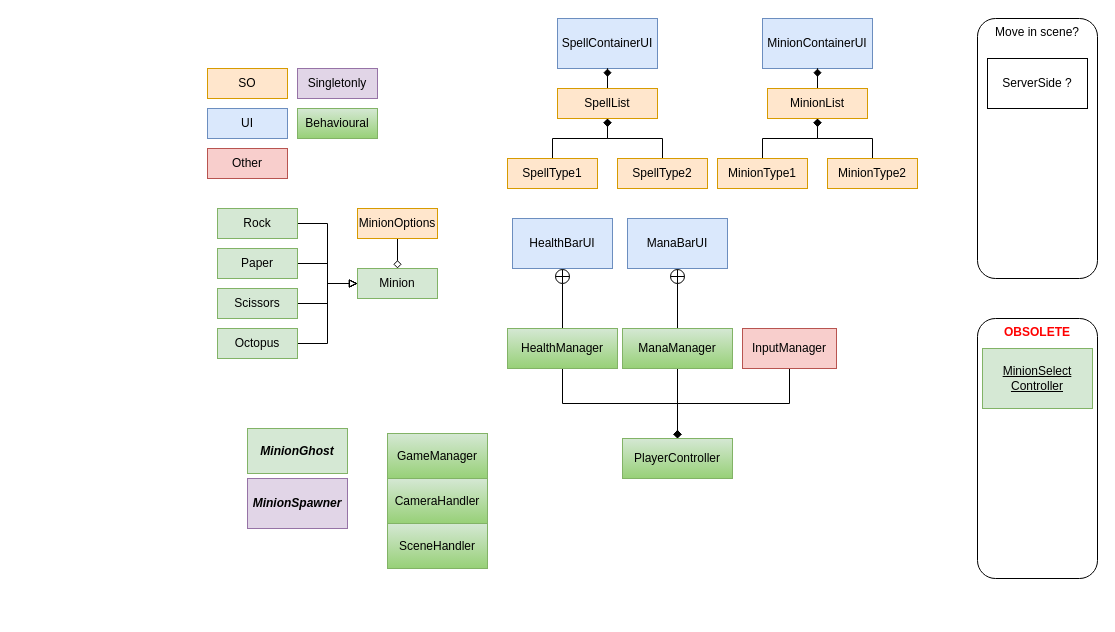
This is Assets/RPO.drawio from omerasikoglu/RPO, a draw.io file, before an edit. Source tidied: cells renumbered, new cells numbered last; positions are measured from the earlier drawing's top-left corner, leaving out a move shared by most shapes. Both pictures are drawn from the tidied source at 100%, with x=0, y=0 at pixel (207, 18).
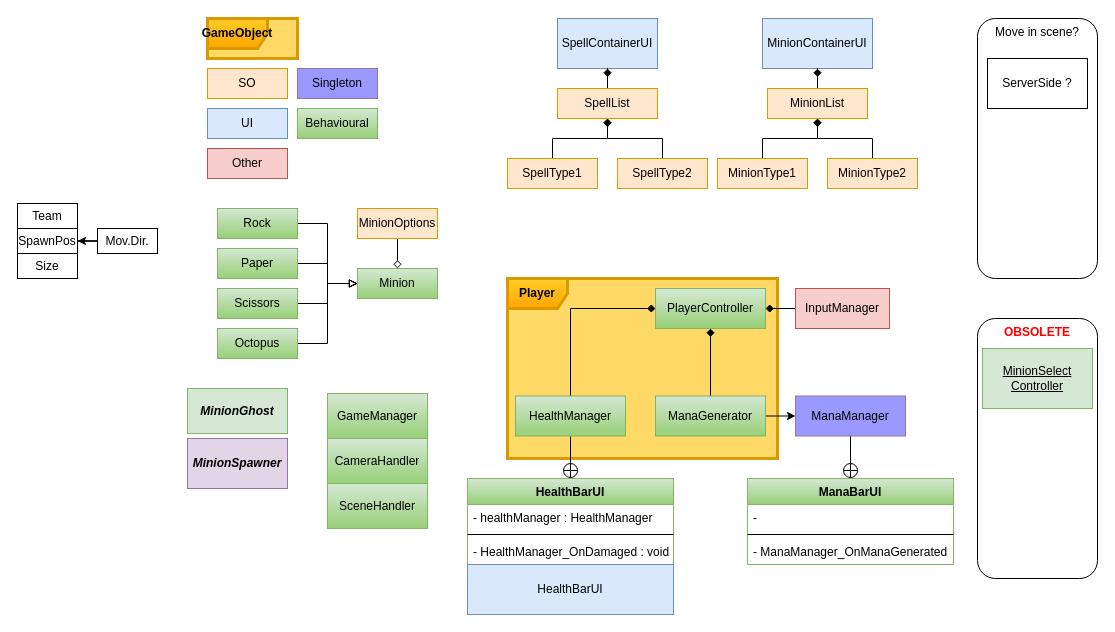
After the change.

The edit, as a diff of the source:
```diff
@@
+    <mxCell id="52" value="&lt;b&gt;Player&lt;/b&gt;" style="shape=umlFrame;whiteSpace=wrap;html=1;strokeColor=#d79b00;fillColor=#ffcd28;gradientColor=#ffa500;strokeWidth=3;perimeterSpacing=0;swimlaneFillColor=#FFD966;align=center;" parent="1" vertex="1">
+      <mxGeometry x="300" y="260" width="270" height="180" as="geometry" />
+    </mxCell>
@@
-    <mxCell id="3" value="Rock" style="rounded=0;whiteSpace=wrap;html=1;fillColor=#d5e8d4;strokeColor=#82b366;" parent="1" vertex="1">
+    <mxCell id="3" value="Rock" style="rounded=0;whiteSpace=wrap;html=1;fillColor=#d5e8d4;strokeColor=#82b366;gradientColor=#97d077;" parent="1" vertex="1">
       <mxGeometry x="10" y="190" width="80" height="30" as="geometry" />
     </mxCell>
@@
-    <mxCell id="5" value="Paper" style="rounded=0;whiteSpace=wrap;html=1;fillColor=#d5e8d4;strokeColor=#82b366;" parent="1" vertex="1">
+    <mxCell id="5" value="Paper" style="rounded=0;whiteSpace=wrap;html=1;fillColor=#d5e8d4;strokeColor=#82b366;gradientColor=#97d077;" parent="1" vertex="1">
       <mxGeometry x="10" y="230" width="80" height="30" as="geometry" />
     </mxCell>
@@
-    <mxCell id="7" value="Scissors" style="rounded=0;whiteSpace=wrap;html=1;fillColor=#d5e8d4;strokeColor=#82b366;" parent="1" vertex="1">
+    <mxCell id="7" value="Scissors" style="rounded=0;whiteSpace=wrap;html=1;fillColor=#d5e8d4;strokeColor=#82b366;gradientColor=#97d077;" parent="1" vertex="1">
       <mxGeometry x="10" y="270" width="80" height="30" as="geometry" />
     </mxCell>
@@
-    <mxCell id="9" value="Octopus" style="rounded=0;whiteSpace=wrap;html=1;fillColor=#d5e8d4;strokeColor=#82b366;" parent="1" vertex="1">
+    <mxCell id="9" value="Octopus" style="rounded=0;whiteSpace=wrap;html=1;fillColor=#d5e8d4;strokeColor=#82b366;gradientColor=#97d077;" parent="1" vertex="1">
       <mxGeometry x="10" y="310" width="80" height="30" as="geometry" />
     </mxCell>
     <mxCell id="10" value="MinionSpawner" style="rounded=0;whiteSpace=wrap;html=1;fillColor=#e1d5e7;strokeColor=#9673a6;fontStyle=3;" parent="1" vertex="1">
-      <mxGeometry x="40" y="460" width="100" height="50" as="geometry" />
+      <mxGeometry x="-20" y="420" width="100" height="50" as="geometry" />
     </mxCell>
-    <mxCell id="11" value="Minion" style="rounded=0;whiteSpace=wrap;html=1;fillColor=#d5e8d4;strokeColor=#82b366;" parent="1" vertex="1">
+    <mxCell id="11" value="Minion" style="rounded=0;whiteSpace=wrap;html=1;fillColor=#d5e8d4;strokeColor=#82b366;gradientColor=#97d077;" parent="1" vertex="1">
       <mxGeometry x="150" y="250" width="80" height="30" as="geometry" />
     </mxCell>
@@
-    <mxCell id="14" value="Singletonly" style="rounded=0;whiteSpace=wrap;html=1;fillColor=#e1d5e7;strokeColor=#9673a6;" parent="1" vertex="1">
+    <mxCell id="14" value="Singleton" style="rounded=0;whiteSpace=wrap;html=1;fillColor=#9999FF;strokeColor=#9673a6;" parent="1" vertex="1">
       <mxGeometry x="90" y="50" width="80" height="30" as="geometry" />
     </mxCell>
@@
-    <mxCell id="19" value="HealthBarUI" style="rounded=0;whiteSpace=wrap;html=1;fillColor=#dae8fc;strokeColor=#6c8ebf;fontStyle=0;" parent="1" vertex="1">
-      <mxGeometry x="305" y="200" width="100" height="50" as="geometry" />
-    </mxCell>
-    <mxCell id="20" style="edgeStyle=orthogonalEdgeStyle;rounded=0;jettySize=auto;html=1;endArrow=circlePlus;endFill=0;entryX=0.5;entryY=1;entryDx=0;entryDy=0;" parent="1" edge="1" source="22" target="24">
+    <mxCell id="20" style="edgeStyle=orthogonalEdgeStyle;rounded=0;jettySize=auto;html=1;endArrow=circlePlus;endFill=0;entryX=0.5;entryY=0;entryDx=0;entryDy=0;" parent="1" edge="1" source="22" target="24">
       <mxGeometry relative="1" as="geometry" />
     </mxCell>
-    <mxCell id="21" style="edgeStyle=orthogonalEdgeStyle;rounded=0;jettySize=auto;html=1;endArrow=diamond;endFill=1;exitX=0.5;exitY=1;exitDx=0;exitDy=0;" parent="1" edge="1" source="22" target="45">
+    <mxCell id="21" style="edgeStyle=orthogonalEdgeStyle;rounded=0;jettySize=auto;html=1;endArrow=diamond;endFill=1;exitX=0.5;exitY=0;exitDx=0;exitDy=0;" parent="1" edge="1" source="54" target="45">
       <mxGeometry relative="1" as="geometry" />
     </mxCell>
-    <mxCell id="22" value="ManaManager" style="rounded=0;whiteSpace=wrap;html=1;fillColor=#d5e8d4;strokeColor=#82b366;gradientColor=#97d077;" parent="1" vertex="1">
-      <mxGeometry x="415" y="310" width="110" height="40" as="geometry" />
+    <mxCell id="22" value="ManaManager" style="rounded=0;whiteSpace=wrap;html=1;fillColor=#9999FF;strokeColor=#9673a6;" parent="1" vertex="1">
+      <mxGeometry x="588" y="377.5" width="110" height="40" as="geometry" />
     </mxCell>
     <mxCell id="23" value="MinionGhost" style="rounded=0;whiteSpace=wrap;html=1;fillColor=#d5e8d4;strokeColor=#82b366;fontStyle=3;" parent="1" vertex="1">
-      <mxGeometry x="40" y="410" width="100" height="45" as="geometry" />
+      <mxGeometry x="-20" y="370" width="100" height="45" as="geometry" />
     </mxCell>
-    <mxCell id="24" value="ManaBarUI" style="rounded=0;whiteSpace=wrap;html=1;fillColor=#dae8fc;strokeColor=#6c8ebf;fontStyle=0;" parent="1" vertex="1">
-      <mxGeometry x="420" y="200" width="100" height="50" as="geometry" />
-    </mxCell>
@@
     <mxCell id="38" value="GameManager" style="rounded=0;whiteSpace=wrap;html=1;fillColor=#d5e8d4;strokeColor=#82b366;gradientColor=#97d077;" parent="1" vertex="1">
-      <mxGeometry x="180" y="415" width="100" height="45" as="geometry" />
+      <mxGeometry x="120" y="375" width="100" height="45" as="geometry" />
     </mxCell>
-    <mxCell id="39" style="edgeStyle=orthogonalEdgeStyle;rounded=0;jettySize=auto;html=1;endArrow=circlePlus;endFill=0;" parent="1" edge="1" source="41" target="19">
+    <mxCell id="39" style="edgeStyle=orthogonalEdgeStyle;rounded=0;jettySize=auto;html=1;endArrow=circlePlus;endFill=0;" parent="1" edge="1" source="41" target="55">
       <mxGeometry relative="1" as="geometry" />
     </mxCell>
-    <mxCell id="40" style="edgeStyle=orthogonalEdgeStyle;rounded=0;jettySize=auto;html=1;endArrow=diamond;endFill=1;exitX=0.5;exitY=1;exitDx=0;exitDy=0;" parent="1" edge="1" source="41" target="45">
+    <mxCell id="40" style="edgeStyle=orthogonalEdgeStyle;rounded=0;jettySize=auto;html=1;endArrow=diamond;endFill=1;exitX=0.5;exitY=0;exitDx=0;exitDy=0;entryX=0;entryY=0.5;entryDx=0;entryDy=0;" parent="1" edge="1" source="41" target="45">
       <mxGeometry relative="1" as="geometry" />
     </mxCell>
     <mxCell id="41" value="HealthManager" style="rounded=0;whiteSpace=wrap;html=1;fillColor=#d5e8d4;strokeColor=#82b366;gradientColor=#97d077;fontStyle=0;" parent="1" vertex="1">
-      <mxGeometry x="300" y="310" width="110" height="40" as="geometry" />
+      <mxGeometry x="308" y="377.5" width="110" height="40" as="geometry" />
     </mxCell>
@@
-    <mxCell id="43" style="edgeStyle=orthogonalEdgeStyle;rounded=0;jettySize=auto;html=1;endArrow=diamond;endFill=1;exitX=0.5;exitY=1;exitDx=0;exitDy=0;" parent="1" edge="1" source="44" target="45">
+    <mxCell id="43" style="edgeStyle=orthogonalEdgeStyle;rounded=0;jettySize=auto;html=1;endArrow=diamond;endFill=1;exitX=0;exitY=0.5;exitDx=0;exitDy=0;" parent="1" edge="1" source="44" target="45">
       <mxGeometry relative="1" as="geometry" />
     </mxCell>
     <mxCell id="44" value="InputManager" style="rounded=0;whiteSpace=wrap;html=1;fillColor=#f8cecc;strokeColor=#b85450;" parent="1" vertex="1">
-      <mxGeometry x="535" y="310" width="94" height="40" as="geometry" />
+      <mxGeometry x="588" y="270" width="94" height="40" as="geometry" />
     </mxCell>
     <mxCell id="45" value="PlayerController" style="rounded=0;whiteSpace=wrap;html=1;fillColor=#d5e8d4;strokeColor=#82b366;gradientColor=#97d077;fontStyle=0;align=center;" parent="1" vertex="1">
-      <mxGeometry x="415" y="420" width="110" height="40" as="geometry" />
+      <mxGeometry x="448" y="270" width="110" height="40" as="geometry" />
     </mxCell>
@@
     <mxCell id="49" value="CameraHandler" style="rounded=0;whiteSpace=wrap;html=1;fillColor=#d5e8d4;strokeColor=#82b366;gradientColor=#97d077;" parent="1" vertex="1">
-      <mxGeometry x="180" y="460" width="100" height="45" as="geometry" />
+      <mxGeometry x="120" y="420" width="100" height="45" as="geometry" />
     </mxCell>
     <mxCell id="50" value="SceneHandler" style="rounded=0;whiteSpace=wrap;html=1;fillColor=#d5e8d4;strokeColor=#82b366;gradientColor=#97d077;" parent="1" vertex="1">
-      <mxGeometry x="180" y="505" width="100" height="45" as="geometry" />
+      <mxGeometry x="120" y="465" width="100" height="45" as="geometry" />
     </mxCell>
@@
+    <mxCell id="53" style="edgeStyle=orthogonalEdgeStyle;rounded=0;jettySize=auto;html=1;exitX=1;exitY=0.5;exitDx=0;exitDy=0;entryX=0;entryY=0.5;entryDx=0;entryDy=0;" parent="1" edge="1" source="54" target="22">
+      <mxGeometry relative="1" as="geometry" />
+    </mxCell>
+    <mxCell id="54" value="ManaGenerator" style="rounded=0;whiteSpace=wrap;html=1;fillColor=#d5e8d4;strokeColor=#82b366;gradientColor=#97d077;fontStyle=0;" parent="1" vertex="1">
+      <mxGeometry x="448" y="377.5" width="110" height="40" as="geometry" />
+    </mxCell>
+    <mxCell id="55" value="HealthBarUI" style="swimlane;fontStyle=1;align=center;verticalAlign=top;horizontal=1;startSize=26;fillColor=#d5e8d4;strokeColor=#82b366;gradientColor=#97d077;" parent="1" vertex="1">
+      <mxGeometry x="260" y="460" width="206" height="136" as="geometry" />
+    </mxCell>
+    <mxCell id="56" value="- healthManager : HealthManager" style="text;strokeColor=none;fillColor=none;align=left;verticalAlign=top;spacingLeft=4;spacingRight=4;overflow=hidden;" parent="55" vertex="1">
+      <mxGeometry y="26" width="206" height="26" as="geometry" />
+    </mxCell>
+    <mxCell id="57" style="line;strokeWidth=1;fillColor=none;align=left;verticalAlign=middle;spacingTop=-1;spacingLeft=3;spacingRight=3;labelPosition=right;" parent="55" vertex="1">
+      <mxGeometry y="52" width="206" height="8" as="geometry" />
+    </mxCell>
+    <mxCell id="58" value="- HealthManager_OnDamaged : void" style="text;strokeColor=none;fillColor=none;align=left;verticalAlign=top;spacingLeft=4;spacingRight=4;overflow=hidden;" parent="55" vertex="1">
+      <mxGeometry y="60" width="206" height="26" as="geometry" />
+    </mxCell>
+    <mxCell id="19" value="HealthBarUI" style="rounded=0;whiteSpace=wrap;html=1;fillColor=#dae8fc;strokeColor=#6c8ebf;fontStyle=0;" parent="55" vertex="1">
+      <mxGeometry y="86" width="206" height="50" as="geometry" />
+    </mxCell>
+    <mxCell id="24" value="ManaBarUI" style="swimlane;fontStyle=1;align=center;verticalAlign=top;horizontal=1;startSize=26;fillColor=#d5e8d4;gradientColor=#97d077;strokeColor=#82b366;" parent="1" vertex="1">
+      <mxGeometry x="540" y="460" width="206" height="86" as="geometry" />
+    </mxCell>
+    <mxCell id="59" value="-" style="text;strokeColor=none;fillColor=none;align=left;verticalAlign=top;spacingLeft=4;spacingRight=4;overflow=hidden;" parent="24" vertex="1">
+      <mxGeometry y="26" width="206" height="26" as="geometry" />
+    </mxCell>
+    <mxCell id="60" style="line;strokeWidth=1;fillColor=none;align=left;verticalAlign=middle;spacingTop=-1;spacingLeft=3;spacingRight=3;labelPosition=right;" parent="24" vertex="1">
+      <mxGeometry y="52" width="206" height="8" as="geometry" />
+    </mxCell>
+    <mxCell id="61" value="- ManaManager_OnManaGenerated" style="text;strokeColor=none;fillColor=none;align=left;verticalAlign=top;spacingLeft=4;spacingRight=4;overflow=hidden;" parent="24" vertex="1">
+      <mxGeometry y="60" width="206" height="26" as="geometry" />
+    </mxCell>
+    <mxCell id="62" value="&lt;b&gt;GameObject&lt;/b&gt;" style="shape=umlFrame;whiteSpace=wrap;html=1;strokeColor=#d79b00;fillColor=#ffcd28;gradientColor=#ffa500;strokeWidth=3;perimeterSpacing=0;swimlaneFillColor=#FFD966;align=center;" parent="1" vertex="1">
+      <mxGeometry width="90" height="40" as="geometry" />
+    </mxCell>
+    <mxCell id="63" value="Team" style="rounded=0;whiteSpace=wrap;html=1;" parent="1" vertex="1">
+      <mxGeometry x="-190" y="185" width="60" height="25" as="geometry" />
+    </mxCell>
+    <mxCell id="64" value="SpawnPos" style="rounded=0;whiteSpace=wrap;html=1;" parent="1" vertex="1">
+      <mxGeometry x="-190" y="210" width="60" height="25" as="geometry" />
+    </mxCell>
+    <mxCell id="65" value="Size" style="rounded=0;whiteSpace=wrap;html=1;" parent="1" vertex="1">
+      <mxGeometry x="-190" y="235" width="60" height="25" as="geometry" />
+    </mxCell>
+    <mxCell id="66" style="edgeStyle=orthogonalEdgeStyle;rounded=0;jettySize=auto;html=1;entryX=1;entryY=0.5;entryDx=0;entryDy=0;" parent="1" edge="1" source="67" target="64">
+      <mxGeometry relative="1" as="geometry" />
+    </mxCell>
+    <mxCell id="67" value="Mov.Dir." style="rounded=0;whiteSpace=wrap;html=1;" parent="1" vertex="1">
+      <mxGeometry x="-110" y="210" width="60" height="25" as="geometry" />
+    </mxCell>
```
